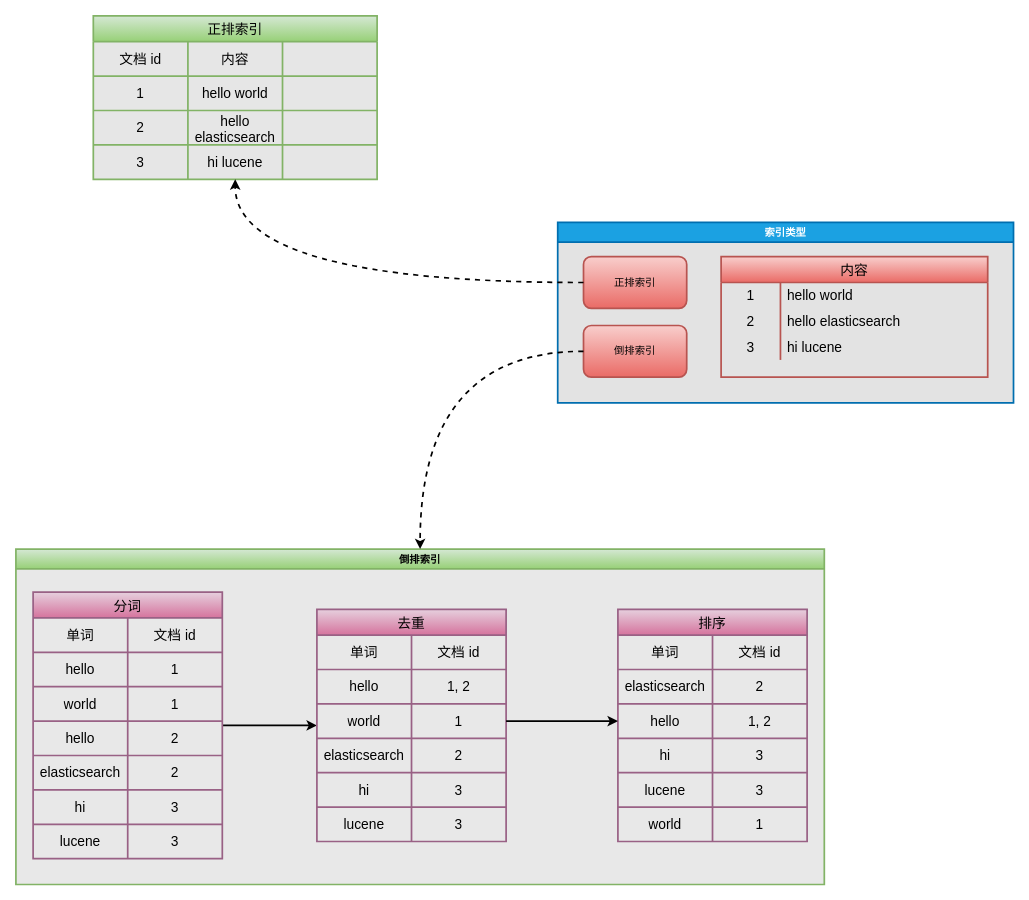
xauvlove/uml keeps this draw.io diagram as src/main/resource/learn.elasticsearch/倒排索引.drawio. Above is the earlier version. Source tidied: cells renumbered, new cells numbered last; positions are measured from the earlier drawing's top-left corner, leaving out a move shared by most shapes. Both pictures are drawn from the tidied source at 86%, with x=0, y=0 at pixel (15, 15).
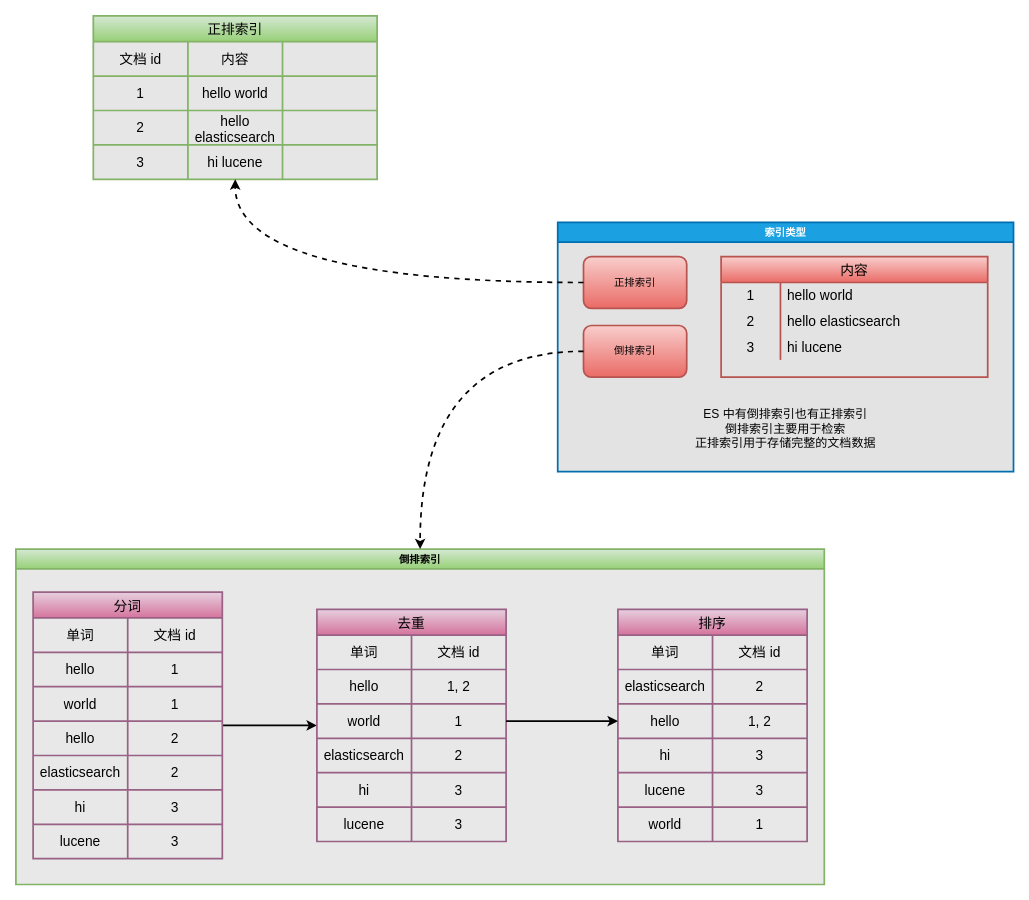
Above is the later version.

Change to the diagram source:
```diff
@@
     <mxCell id="2" value="索引类型" style="swimlane;whiteSpace=wrap;html=1;strokeWidth=2;fillColor=#1ba1e2;fontColor=#ffffff;strokeColor=#006EAF;swimlaneFillColor=#E3E3E3;" parent="1" vertex="1">
-      <mxGeometry x="630" y="240" width="530" height="210" as="geometry" />
+      <mxGeometry x="630" y="240" width="530" height="290" as="geometry" />
     </mxCell>
@@
+    <mxCell id="97" value="ES 中有倒排索引也有正排索引&lt;br&gt;倒排索引主要用于检索&lt;br&gt;正排索引用于存储完整的文档数据" style="text;html=1;strokeColor=none;fillColor=none;align=center;verticalAlign=middle;whiteSpace=wrap;rounded=0;fontSize=14;fontFamily=Helvetica;" parent="2" vertex="1">
+      <mxGeometry x="55" y="200" width="420" height="80" as="geometry" />
+    </mxCell>
```
